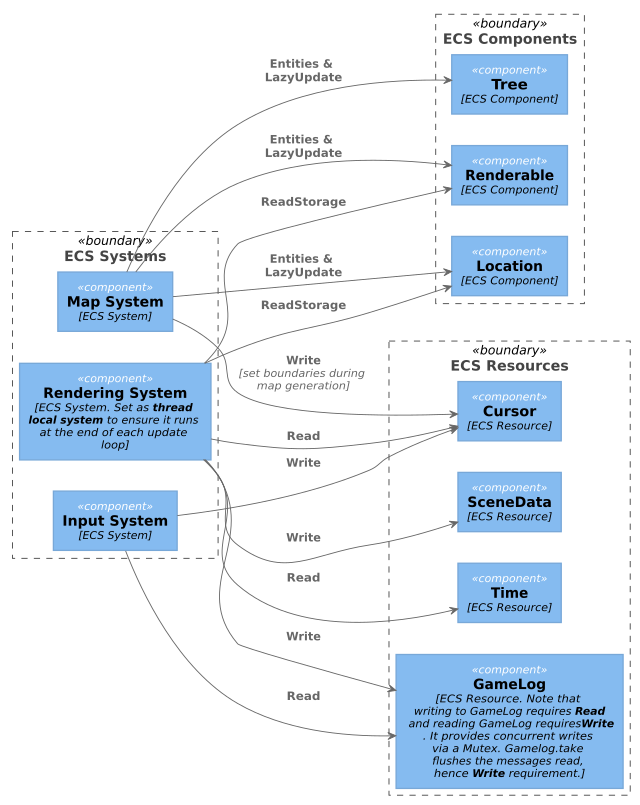
Before: doc/arch/ECS_Component_Diagram.png, a diagram exported from PlantUML (muhuk/z-buffer-game). Its source is kept beside it as doc/arch/ECS_Component_Diagram.plantuml. Source of this version:
```plantuml
@startuml ECS_Component_Diagram
!include ../c4/C4_Component.puml
LAYOUT_LEFT_RIGHT

Boundary(ecsComponents, "ECS Components") {
  Component(tree, "Tree", "ECS Component")
  Component(location, "Location", "ECS Component")
  Component(renderable, "Renderable", "ECS Component")
}

Boundary(ecsResources, "ECS Resources") {
  Component(cursor, "Cursor", "ECS Resource")
  Component(gameLog, "GameLog", "ECS Resource.  Note that writing to GameLog requires <b>Read</b> and reading GameLog requires <b>Write</b>.  It provides concurrent writes via a Mutex.  Gamelog.take flushes the messages read, hence <b>Write</b> requirement.")
  Component(sceneData, "SceneData", "ECS Resource")
  Component(time, "Time", "ECS Resource", "This resource keeps the time that has passed since the ECS world is created.  It is not in-game time visible to the player.")
}

Boundary(ecsSystems, "ECS Systems") {
  Component(inputSystem, "Input System", "ECS System")
  Component(mapSystem, "Map System", "ECS System")
  Component(renderingSystem, "Rendering System", "ECS System.  Set as <b>thread local system</b> to ensure it runs at the end of each update loop")
  Component(gameTimeSystem, "Game Time System", "ECS System.  Keeps track of in-game time visible to the player.")
}

Rel(inputSystem, cursor, "Write")
Rel(inputSystem, gameLog, "Read")

Rel(mapSystem, cursor, "Write", "set boundaries during map generation")
Rel(mapSystem, location, "Entities & LazyUpdate")
Rel(mapSystem, renderable, "Entities & LazyUpdate")
Rel(mapSystem, tree, "Entities & LazyUpdate")

Rel(renderingSystem, cursor, "Read")
Rel(renderingSystem, gameLog, "Write")
Rel(renderingSystem, sceneData, "Write")
Rel(renderingSystem, time, "Read")
Rel(renderingSystem, location, "ReadStorage")
Rel(renderingSystem, renderable, "ReadStorage")
@enduml
```
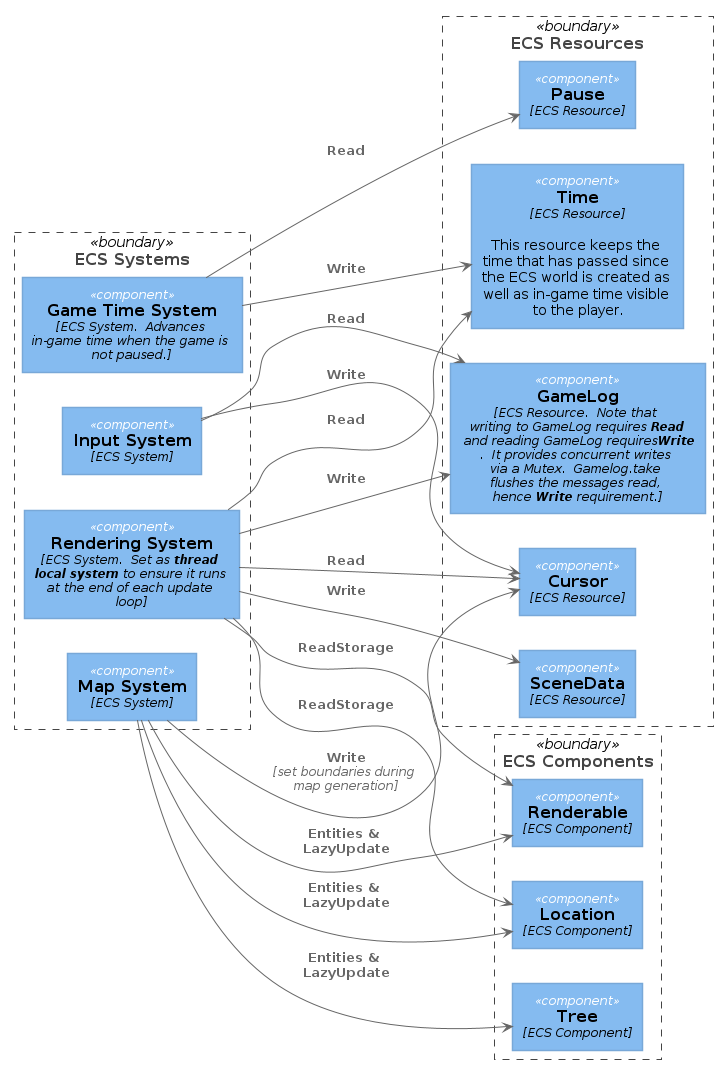
After the change.

Commit message:
Add Pause resource & refactor design

Change to the diagram source:
```diff
@@ -11,16 +11,20 @@
 Boundary(ecsResources, "ECS Resources") {
   Component(cursor, "Cursor", "ECS Resource")
   Component(gameLog, "GameLog", "ECS Resource.  Note that writing to GameLog requires <b>Read</b> and reading GameLog requires <b>Write</b>.  It provides concurrent writes via a Mutex.  Gamelog.take flushes the messages read, hence <b>Write</b> requirement.")
+  Component(pause, "Pause", "ECS Resource")
   Component(sceneData, "SceneData", "ECS Resource")
-  Component(time, "Time", "ECS Resource", "This resource keeps the time that has passed since the ECS world is created.  It is not in-game time visible to the player.")
+  Component(time, "Time", "ECS Resource", "This resource keeps the time that has passed since the ECS world is created as well as in-game time visible to the player.")
 }
 
 Boundary(ecsSystems, "ECS Systems") {
+  Component(gameTimeSystem, "Game Time System", "ECS System.  Advances in-game time when the game is not paused.")
   Component(inputSystem, "Input System", "ECS System")
   Component(mapSystem, "Map System", "ECS System")
   Component(renderingSystem, "Rendering System", "ECS System.  Set as <b>thread local system</b> to ensure it runs at the end of each update loop")
-  Component(gameTimeSystem, "Game Time System", "ECS System.  Keeps track of in-game time visible to the player.")
 }
+
+Rel(gameTimeSystem, pause, "Read")
+Rel(gameTimeSystem, time, "Write")
 
 Rel(inputSystem, cursor, "Write")
 Rel(inputSystem, gameLog, "Read")
```
